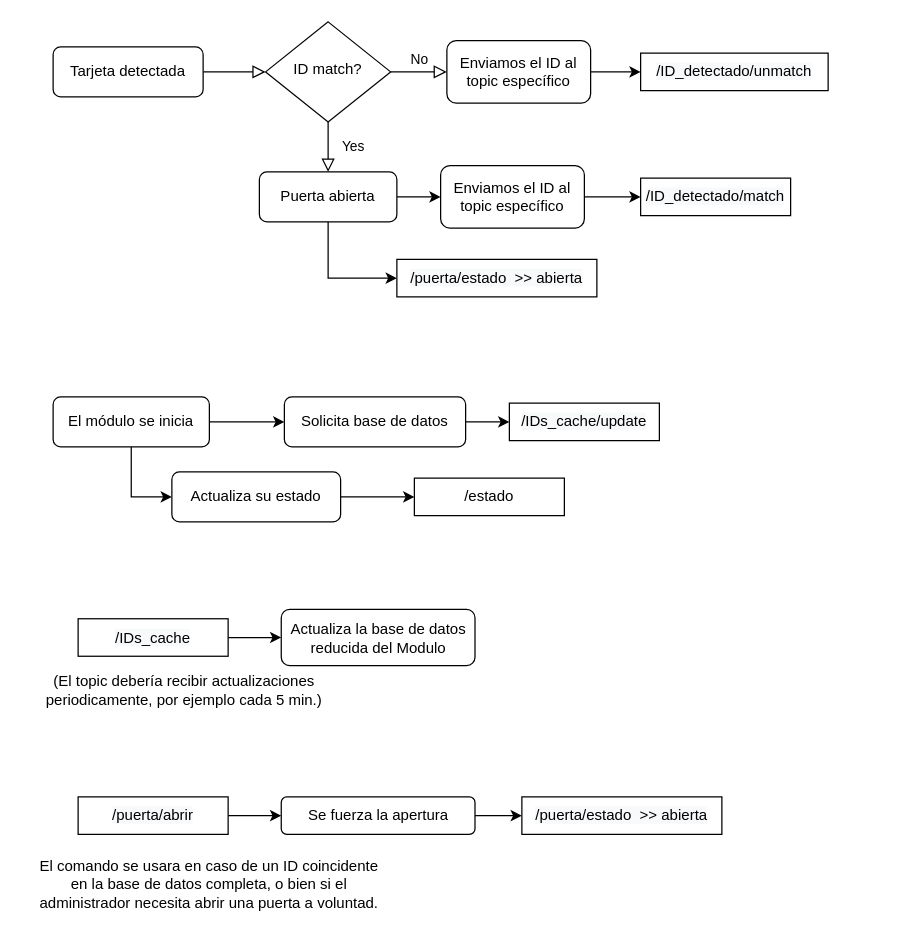
Before: Proyecto Slapakab/flujo dataBase-doorModule.drawio in fer5899/InformaticaIndustrial2122, a draw.io diagram. Source tidied: cells renumbered, new cells numbered last; positions are measured from the earlier drawing's top-left corner, leaving out a move shared by most shapes. Both pictures are drawn from the tidied source at 125%, with x=0, y=0 at pixel (34, 21).
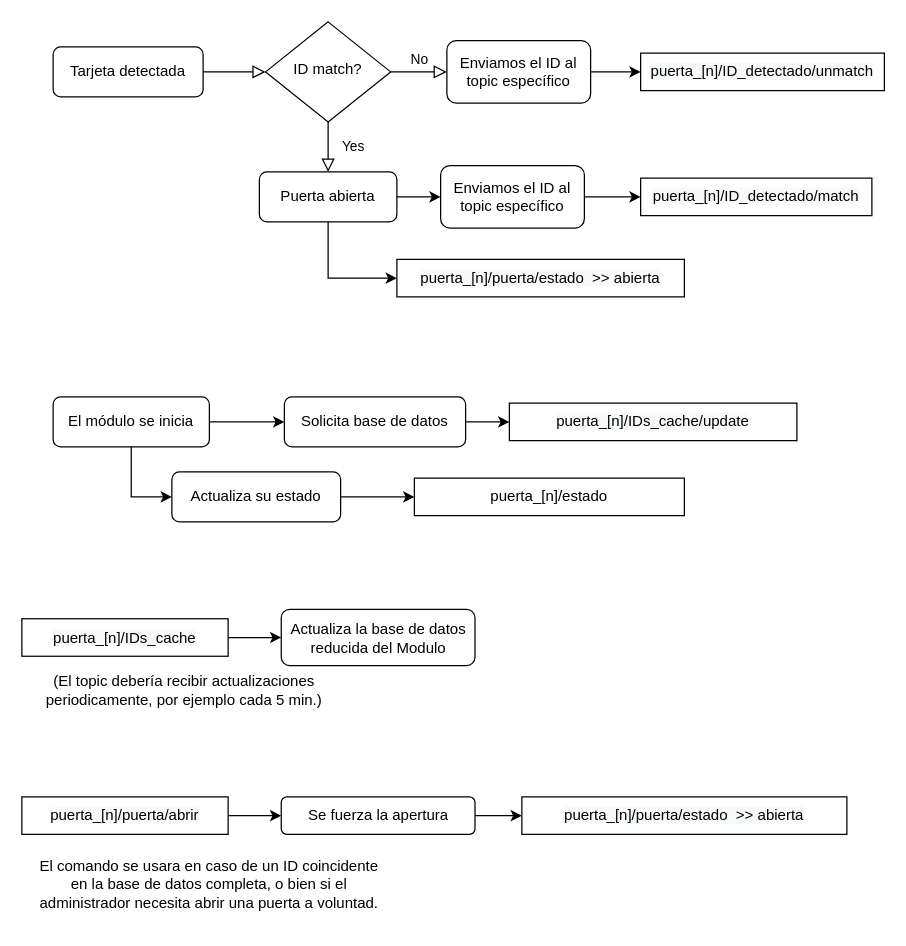
The same diagram, later.

Commit message (it also covers changes not shown here):
update topics flujo y .ino

What changed in the source:
```diff
@@
-    <mxCell id="14" value="&#10;&#10;&lt;span style=&quot;color: rgb(0, 0, 0); font-family: helvetica; font-size: 12px; font-style: normal; font-weight: 400; letter-spacing: normal; text-align: center; text-indent: 0px; text-transform: none; word-spacing: 0px; background-color: rgb(248, 249, 250); display: inline; float: none;&quot;&gt;/ID_detectado/match&lt;/span&gt;&#10;&#10;" style="rounded=0;whiteSpace=wrap;html=1;" parent="1" vertex="1">
-      <mxGeometry x="485" y="125" width="120" height="30" as="geometry" />
+    <mxCell id="14" value="&lt;span style=&quot;color: rgb(0 , 0 , 0) ; font-family: &amp;#34;helvetica&amp;#34; ; font-size: 12px ; font-style: normal ; font-weight: 400 ; letter-spacing: normal ; text-align: center ; text-indent: 0px ; text-transform: none ; word-spacing: 0px ; background-color: rgb(248 , 249 , 250) ; display: inline ; float: none&quot;&gt;puerta_[n]/ID_detectado/match&lt;/span&gt;" style="rounded=0;whiteSpace=wrap;html=1;" parent="1" vertex="1">
+      <mxGeometry x="485" y="125" width="185" height="30" as="geometry" />
     </mxCell>
-    <mxCell id="15" value="&lt;span style=&quot;color: rgb(0 , 0 , 0) ; font-family: &amp;#34;helvetica&amp;#34; ; font-size: 12px ; font-style: normal ; font-weight: 400 ; letter-spacing: normal ; text-align: center ; text-indent: 0px ; text-transform: none ; word-spacing: 0px ; background-color: rgb(248 , 249 , 250) ; display: inline ; float: none&quot;&gt;/ID_detectado/unmatch&lt;/span&gt;" style="rounded=0;whiteSpace=wrap;html=1;" parent="1" vertex="1">
-      <mxGeometry x="485" y="25" width="150" height="30" as="geometry" />
+    <mxCell id="15" value="&lt;span style=&quot;color: rgb(0 , 0 , 0) ; font-family: &amp;#34;helvetica&amp;#34; ; font-size: 12px ; font-style: normal ; font-weight: 400 ; letter-spacing: normal ; text-align: center ; text-indent: 0px ; text-transform: none ; word-spacing: 0px ; background-color: rgb(248 , 249 , 250) ; display: inline ; float: none&quot;&gt;puerta_[n]/ID_detectado/unmatch&lt;/span&gt;" style="rounded=0;whiteSpace=wrap;html=1;" parent="1" vertex="1">
+      <mxGeometry x="485" y="25" width="195" height="30" as="geometry" />
     </mxCell>
@@
-    <mxCell id="17" value="&lt;span style=&quot;color: rgb(0 , 0 , 0) ; font-family: &amp;#34;helvetica&amp;#34; ; font-size: 12px ; font-style: normal ; font-weight: 400 ; letter-spacing: normal ; text-align: center ; text-indent: 0px ; text-transform: none ; word-spacing: 0px ; background-color: rgb(248 , 249 , 250) ; display: inline ; float: none&quot;&gt;/IDs_cache&lt;/span&gt;" style="rounded=0;whiteSpace=wrap;html=1;" parent="1" vertex="1">
-      <mxGeometry x="35" y="477.5" width="120" height="30" as="geometry" />
+    <mxCell id="17" value="&lt;span style=&quot;color: rgb(0 , 0 , 0) ; font-family: &amp;#34;helvetica&amp;#34; ; font-size: 12px ; font-style: normal ; font-weight: 400 ; letter-spacing: normal ; text-align: center ; text-indent: 0px ; text-transform: none ; word-spacing: 0px ; background-color: rgb(248 , 249 , 250) ; display: inline ; float: none&quot;&gt;puerta_[n]/IDs_cache&lt;/span&gt;" style="rounded=0;whiteSpace=wrap;html=1;" parent="1" vertex="1">
+      <mxGeometry x="-10" y="477.5" width="165" height="30" as="geometry" />
     </mxCell>
@@
-    <mxCell id="23" value="&lt;span style=&quot;color: rgb(0 , 0 , 0) ; font-family: &amp;#34;helvetica&amp;#34; ; font-size: 12px ; font-style: normal ; font-weight: 400 ; letter-spacing: normal ; text-align: center ; text-indent: 0px ; text-transform: none ; word-spacing: 0px ; background-color: rgb(248 , 249 , 250) ; display: inline ; float: none&quot;&gt;/IDs_cache/update&lt;/span&gt;" style="rounded=0;whiteSpace=wrap;html=1;" parent="1" vertex="1">
-      <mxGeometry x="380" y="305" width="120" height="30" as="geometry" />
+    <mxCell id="23" value="&lt;span style=&quot;color: rgb(0 , 0 , 0) ; font-family: &amp;#34;helvetica&amp;#34; ; font-size: 12px ; font-style: normal ; font-weight: 400 ; letter-spacing: normal ; text-align: center ; text-indent: 0px ; text-transform: none ; word-spacing: 0px ; background-color: rgb(248 , 249 , 250) ; display: inline ; float: none&quot;&gt;puerta_[n]/IDs_cache/update&lt;/span&gt;" style="rounded=0;whiteSpace=wrap;html=1;" parent="1" vertex="1">
+      <mxGeometry x="380" y="305" width="230" height="30" as="geometry" />
     </mxCell>
@@
-    <mxCell id="27" value="&lt;span style=&quot;color: rgb(0 , 0 , 0) ; font-family: &amp;#34;helvetica&amp;#34; ; font-size: 12px ; font-style: normal ; font-weight: 400 ; letter-spacing: normal ; text-align: center ; text-indent: 0px ; text-transform: none ; word-spacing: 0px ; background-color: rgb(248 , 249 , 250) ; display: inline ; float: none&quot;&gt;/puerta/abrir&lt;/span&gt;" style="rounded=0;whiteSpace=wrap;html=1;" parent="1" vertex="1">
-      <mxGeometry x="35" y="620" width="120" height="30" as="geometry" />
+    <mxCell id="27" value="&lt;span style=&quot;color: rgb(0 , 0 , 0) ; font-family: &amp;#34;helvetica&amp;#34; ; font-size: 12px ; font-style: normal ; font-weight: 400 ; letter-spacing: normal ; text-align: center ; text-indent: 0px ; text-transform: none ; word-spacing: 0px ; background-color: rgb(248 , 249 , 250) ; display: inline ; float: none&quot;&gt;puerta_[n]/puerta/abrir&lt;/span&gt;" style="rounded=0;whiteSpace=wrap;html=1;" parent="1" vertex="1">
+      <mxGeometry x="-10" y="620" width="165" height="30" as="geometry" />
     </mxCell>
@@
-    <mxCell id="31" value="&lt;span style=&quot;color: rgb(0 , 0 , 0) ; font-family: &amp;#34;helvetica&amp;#34; ; font-size: 12px ; font-style: normal ; font-weight: 400 ; letter-spacing: normal ; text-align: center ; text-indent: 0px ; text-transform: none ; word-spacing: 0px ; background-color: rgb(248 , 249 , 250) ; display: inline ; float: none&quot;&gt;/puerta/estado&amp;nbsp; &amp;gt;&amp;gt; abierta&lt;br&gt;&lt;/span&gt;" style="rounded=0;whiteSpace=wrap;html=1;" parent="1" vertex="1">
-      <mxGeometry x="290" y="190" width="160" height="30" as="geometry" />
+    <mxCell id="31" value="&lt;span style=&quot;color: rgb(0 , 0 , 0) ; font-family: &amp;#34;helvetica&amp;#34; ; font-size: 12px ; font-style: normal ; font-weight: 400 ; letter-spacing: normal ; text-align: center ; text-indent: 0px ; text-transform: none ; word-spacing: 0px ; background-color: rgb(248 , 249 , 250) ; display: inline ; float: none&quot;&gt;puerta_[n]/puerta/estado&amp;nbsp; &amp;gt;&amp;gt; abierta&lt;br&gt;&lt;/span&gt;" style="rounded=0;whiteSpace=wrap;html=1;" parent="1" vertex="1">
+      <mxGeometry x="290" y="190" width="230" height="30" as="geometry" />
     </mxCell>
-    <mxCell id="32" value="&lt;span style=&quot;color: rgb(0 , 0 , 0) ; font-family: &amp;#34;helvetica&amp;#34; ; font-size: 12px ; font-style: normal ; font-weight: 400 ; letter-spacing: normal ; text-align: center ; text-indent: 0px ; text-transform: none ; word-spacing: 0px ; background-color: rgb(248 , 249 , 250) ; display: inline ; float: none&quot;&gt;/puerta/estado&amp;nbsp; &amp;gt;&amp;gt; abierta&lt;br&gt;&lt;/span&gt;" style="rounded=0;whiteSpace=wrap;html=1;" parent="1" vertex="1">
-      <mxGeometry x="390" y="620" width="160" height="30" as="geometry" />
+    <mxCell id="32" value="&lt;span style=&quot;color: rgb(0 , 0 , 0) ; font-family: &amp;#34;helvetica&amp;#34; ; font-size: 12px ; font-style: normal ; font-weight: 400 ; letter-spacing: normal ; text-align: center ; text-indent: 0px ; text-transform: none ; word-spacing: 0px ; background-color: rgb(248 , 249 , 250) ; display: inline ; float: none&quot;&gt;puerta_[n]/puerta/estado&amp;nbsp; &amp;gt;&amp;gt; abierta&lt;br&gt;&lt;/span&gt;" style="rounded=0;whiteSpace=wrap;html=1;" parent="1" vertex="1">
+      <mxGeometry x="390" y="620" width="260" height="30" as="geometry" />
     </mxCell>
@@
-    <mxCell id="35" value="&lt;font face=&quot;helvetica&quot;&gt;/estado&lt;/font&gt;" style="rounded=0;whiteSpace=wrap;html=1;" parent="1" vertex="1">
-      <mxGeometry x="304" y="365" width="120" height="30" as="geometry" />
+    <mxCell id="35" value="&lt;span style=&quot;font-family: &amp;#34;helvetica&amp;#34;&quot;&gt;puerta_[n]&lt;/span&gt;&lt;font face=&quot;helvetica&quot;&gt;/estado&lt;/font&gt;" style="rounded=0;whiteSpace=wrap;html=1;" parent="1" vertex="1">
+      <mxGeometry x="304" y="365" width="216" height="30" as="geometry" />
     </mxCell>
```
